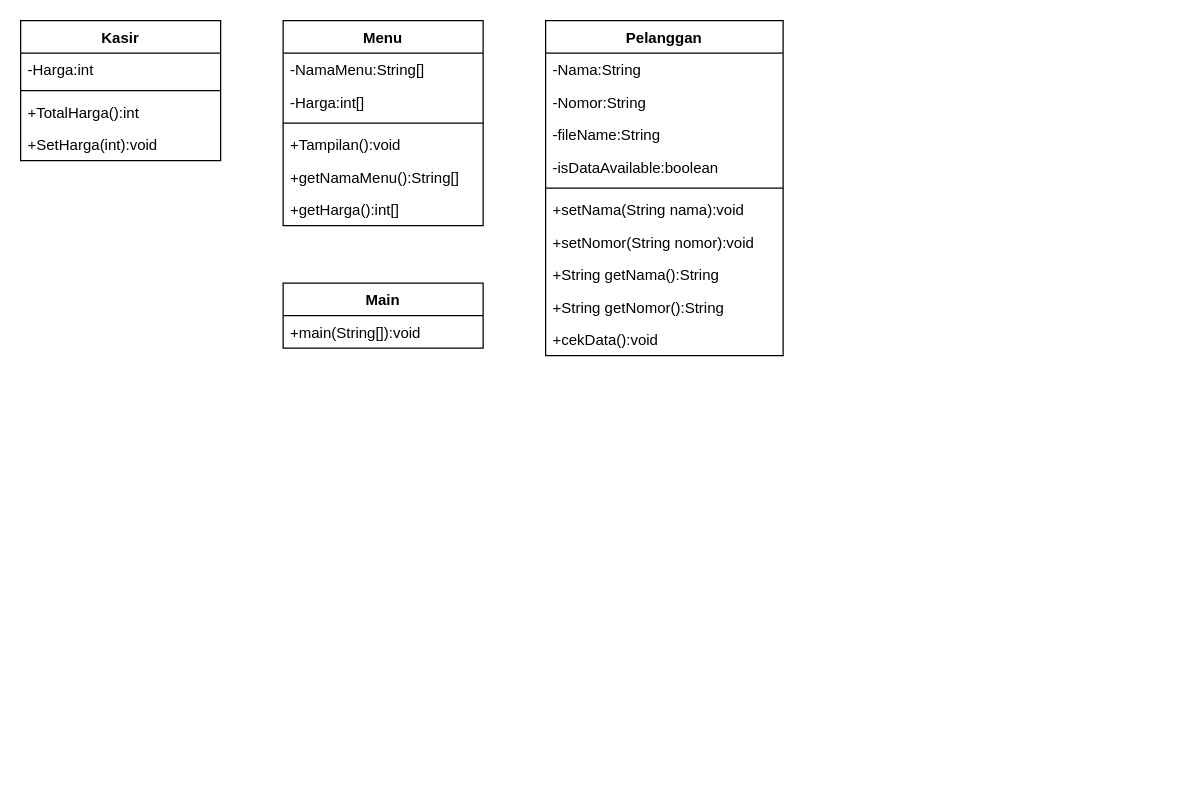
The draw.io diagram TugasKasir/diagram/diagram.drawio in Reeyyyh/TugasPBO, before the edit. Source tidied: cells renumbered, new cells numbered last; positions are measured from the earlier drawing's top-left corner, leaving out a move shared by most shapes. Both pictures are drawn from the tidied source at 125%, with x=0, y=0 at pixel (20, 20).
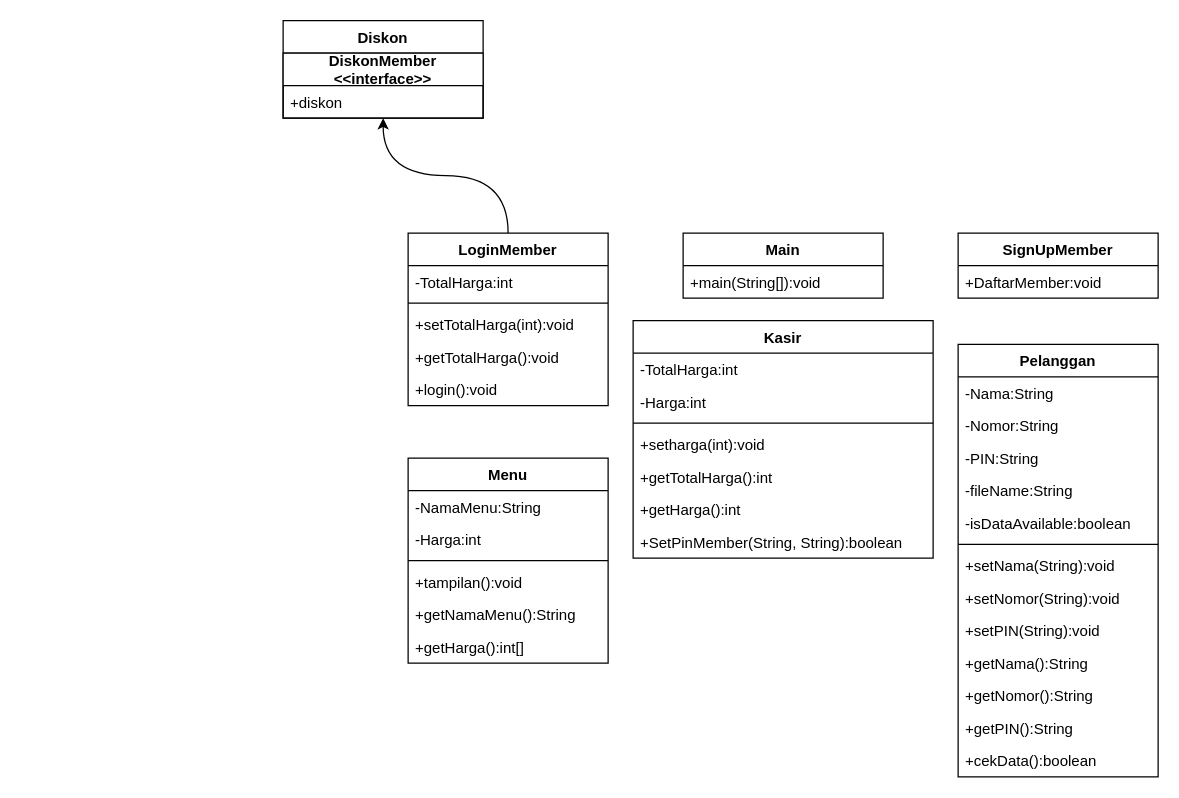
After the change.

The edit, as a diff of the source:
```diff
@@
+    <mxCell id="27" value="Main" style="swimlane;fontStyle=1;horizontal=1;startSize=26;" parent="1" vertex="1">
+      <mxGeometry x="530" y="170" width="160" height="52" as="geometry" />
+    </mxCell>
+    <mxCell id="28" value="+main(String[]):void" style="text;strokeColor=none;fillColor=none;align=left;verticalAlign=top;spacingLeft=4;spacingRight=4;overflow=hidden;" parent="27" vertex="1">
+      <mxGeometry y="26" width="160" height="26" as="geometry" />
+    </mxCell>
+    <mxCell id="29" value="Kasir" style="swimlane;fontStyle=1;horizontal=1;startSize=26;" parent="1" vertex="1">
+      <mxGeometry x="490" y="240" width="240" height="190" as="geometry" />
+    </mxCell>
+    <mxCell id="30" value="-TotalHarga:int" style="text;strokeColor=none;fillColor=none;align=left;verticalAlign=top;spacingLeft=4;spacingRight=4;overflow=hidden;" parent="29" vertex="1">
+      <mxGeometry y="26" width="240" height="26" as="geometry" />
+    </mxCell>
+    <mxCell id="31" value="-Harga:int" style="text;strokeColor=none;fillColor=none;align=left;verticalAlign=top;spacingLeft=4;spacingRight=4;overflow=hidden;" parent="29" vertex="1">
+      <mxGeometry y="52" width="240" height="26" as="geometry" />
+    </mxCell>
+    <mxCell id="32" style="line;strokeWidth=1;fillColor=none;align=left;verticalAlign=middle;spacingTop=-1;spacingLeft=3;spacingRight=3;labelPosition=right;" parent="29" vertex="1">
+      <mxGeometry y="78" width="240" height="8" as="geometry" />
+    </mxCell>
+    <mxCell id="33" value="+setharga(int):void" style="text;strokeColor=none;fillColor=none;align=left;verticalAlign=top;spacingLeft=4;spacingRight=4;overflow=hidden;" parent="29" vertex="1">
+      <mxGeometry y="86" width="240" height="26" as="geometry" />
+    </mxCell>
+    <mxCell id="34" value="+getTotalHarga():int" style="text;strokeColor=none;fillColor=none;align=left;verticalAlign=top;spacingLeft=4;spacingRight=4;overflow=hidden;" parent="29" vertex="1">
+      <mxGeometry y="112" width="240" height="26" as="geometry" />
+    </mxCell>
+    <mxCell id="35" value="+getHarga():int" style="text;strokeColor=none;fillColor=none;align=left;verticalAlign=top;spacingLeft=4;spacingRight=4;overflow=hidden;" parent="29" vertex="1">
+      <mxGeometry y="138" width="240" height="26" as="geometry" />
+    </mxCell>
-    <mxCell id="2" value="Main" style="swimlane;fontStyle=1;horizontal=1;startSize=26;" parent="1" vertex="1">
-      <mxGeometry x="210" y="210" width="160" height="52" as="geometry" />
+    <mxCell id="2" value="+SetPinMember(String, String):boolean" style="text;strokeColor=none;fillColor=none;align=left;verticalAlign=top;spacingLeft=4;spacingRight=4;overflow=hidden;" parent="29" vertex="1">
+      <mxGeometry y="164" width="240" height="26" as="geometry" />
     </mxCell>
+    <mxCell id="16" style="edgeStyle=orthogonalEdgeStyle;html=1;curved=1;" parent="1" edge="1" source="3" target="9">
+      <mxGeometry relative="1" as="geometry" />
+    </mxCell>
-    <mxCell id="3" value="+main(String[]):void" style="text;strokeColor=none;fillColor=none;align=left;verticalAlign=top;spacingLeft=4;spacingRight=4;overflow=hidden;points=[[0,0.5],[1,0.5]];portConstraint=eastwest;" parent="2" vertex="1">
-      <mxGeometry y="26" width="160" height="26" as="geometry" />
+    <mxCell id="3" value="LoginMember" style="swimlane;fontStyle=1;horizontal=1;startSize=26;" parent="1" vertex="1">
+      <mxGeometry x="310" y="170" width="160" height="138" as="geometry" />
     </mxCell>
-    <mxCell id="4" value="Kasir" style="swimlane;fontStyle=1;horizontal=1;startSize=26;" parent="1" vertex="1">
-      <mxGeometry width="160" height="112" as="geometry" />
+    <mxCell id="4" value="-TotalHarga:int" style="text;strokeColor=none;fillColor=none;align=left;verticalAlign=top;spacingLeft=4;spacingRight=4;overflow=hidden;" parent="3" vertex="1">
+      <mxGeometry y="26" width="160" height="26" as="geometry" />
     </mxCell>
-    <mxCell id="5" value="-Harga:int" style="text;strokeColor=none;fillColor=none;align=left;verticalAlign=top;spacingLeft=4;spacingRight=4;overflow=hidden;" parent="4" vertex="1">
-      <mxGeometry y="26" width="160" height="26" as="geometry" />
+    <mxCell id="5" style="line;strokeWidth=1;fillColor=none;align=left;verticalAlign=middle;spacingTop=-1;spacingLeft=3;spacingRight=3;labelPosition=right;" parent="3" vertex="1">
+      <mxGeometry y="52" width="160" height="8" as="geometry" />
     </mxCell>
-    <mxCell id="6" style="line;strokeWidth=1;fillColor=none;align=left;verticalAlign=middle;spacingTop=-1;spacingLeft=3;spacingRight=3;labelPosition=right;" parent="4" vertex="1">
-      <mxGeometry y="52" width="160" height="8" as="geometry" />
+    <mxCell id="6" value="+setTotalHarga(int):void" style="text;strokeColor=none;fillColor=none;align=left;verticalAlign=top;spacingLeft=4;spacingRight=4;overflow=hidden;" parent="3" vertex="1">
+      <mxGeometry y="60" width="160" height="26" as="geometry" />
     </mxCell>
-    <mxCell id="7" value="+TotalHarga():int" style="text;strokeColor=none;fillColor=none;align=left;verticalAlign=top;spacingLeft=4;spacingRight=4;overflow=hidden;" parent="4" vertex="1">
-      <mxGeometry y="60" width="160" height="26" as="geometry" />
+    <mxCell id="7" value="+getTotalHarga():void" style="text;strokeColor=none;fillColor=none;align=left;verticalAlign=top;spacingLeft=4;spacingRight=4;overflow=hidden;" parent="3" vertex="1">
+      <mxGeometry y="86" width="160" height="26" as="geometry" />
     </mxCell>
-    <mxCell id="8" value="+SetHarga(int):void" style="text;strokeColor=none;fillColor=none;align=left;verticalAlign=top;spacingLeft=4;spacingRight=4;overflow=hidden;" parent="4" vertex="1">
-      <mxGeometry y="86" width="160" height="26" as="geometry" />
+    <mxCell id="8" value="+login():void" style="text;strokeColor=none;fillColor=none;align=left;verticalAlign=top;spacingLeft=4;spacingRight=4;overflow=hidden;" parent="3" vertex="1">
+      <mxGeometry y="112" width="160" height="26" as="geometry" />
     </mxCell>
-    <mxCell id="9" value="Menu" style="swimlane;fontStyle=1;horizontal=1;startSize=26;" parent="1" vertex="1">
-      <mxGeometry x="210" width="160" height="164" as="geometry" />
+    <mxCell id="9" value="Diskon" style="swimlane;fontStyle=1;horizontal=1;startSize=26;" parent="1" vertex="1">
+      <mxGeometry x="210" width="160" height="78" as="geometry" />
     </mxCell>
-    <mxCell id="10" value="-NamaMenu:String[]" style="text;strokeColor=none;fillColor=none;align=left;verticalAlign=top;spacingLeft=4;spacingRight=4;overflow=hidden;" parent="9" vertex="1">
-      <mxGeometry y="26" width="160" height="26" as="geometry" />
+    <mxCell id="10" value="DiskonMember&#10;&lt;&lt;interface&gt;&gt;" style="swimlane;fontStyle=1;horizontal=1;startSize=26;" parent="9" vertex="1">
+      <mxGeometry y="26" width="160" height="52" as="geometry" />
     </mxCell>
-    <mxCell id="11" value="-Harga:int[]" style="text;strokeColor=none;fillColor=none;align=left;verticalAlign=top;spacingLeft=4;spacingRight=4;overflow=hidden;" parent="9" vertex="1">
-      <mxGeometry y="52" width="160" height="26" as="geometry" />
+    <mxCell id="11" value="+diskon" style="text;strokeColor=none;fillColor=none;align=left;verticalAlign=top;spacingLeft=4;spacingRight=4;overflow=hidden;" parent="10" vertex="1">
+      <mxGeometry y="26" width="160" height="26" as="geometry" />
     </mxCell>
-    <mxCell id="12" style="line;strokeWidth=1;fillColor=none;align=left;verticalAlign=middle;spacingTop=-1;spacingLeft=3;spacingRight=3;labelPosition=right;" parent="9" vertex="1">
-      <mxGeometry y="78" width="160" height="8" as="geometry" />
-    </mxCell>
-    <mxCell id="13" value="+Tampilan():void" style="text;strokeColor=none;fillColor=none;align=left;verticalAlign=top;spacingLeft=4;spacingRight=4;overflow=hidden;" parent="9" vertex="1">
-      <mxGeometry y="86" width="160" height="26" as="geometry" />
-    </mxCell>
-    <mxCell id="14" value="+getNamaMenu():String[]" style="text;strokeColor=none;fillColor=none;align=left;verticalAlign=top;spacingLeft=4;spacingRight=4;overflow=hidden;" parent="9" vertex="1">
-      <mxGeometry y="112" width="160" height="26" as="geometry" />
-    </mxCell>
-    <mxCell id="15" value="+getHarga():int[]" style="text;strokeColor=none;fillColor=none;align=left;verticalAlign=top;spacingLeft=4;spacingRight=4;overflow=hidden;" parent="9" vertex="1">
-      <mxGeometry y="138" width="160" height="26" as="geometry" />
-    </mxCell>
-    <mxCell id="16" value="Pelanggan" style="swimlane;fontStyle=1;horizontal=1;startSize=26;" parent="1" vertex="1">
-      <mxGeometry x="420" width="190" height="268" as="geometry" />
-    </mxCell>
-    <mxCell id="17" value="-Nama:String" style="text;strokeColor=none;fillColor=none;align=left;verticalAlign=top;spacingLeft=4;spacingRight=4;overflow=hidden;" parent="16" vertex="1">
-      <mxGeometry y="26" width="190" height="26" as="geometry" />
+    <mxCell id="17" value="Menu" style="swimlane;fontStyle=1;horizontal=1;startSize=26;" parent="1" vertex="1">
+      <mxGeometry x="310" y="350" width="160" height="164" as="geometry" />
     </mxCell>
-    <mxCell id="18" value="-Nomor:String" style="text;strokeColor=none;fillColor=none;align=left;verticalAlign=top;spacingLeft=4;spacingRight=4;overflow=hidden;" parent="16" vertex="1">
-      <mxGeometry y="52" width="190" height="26" as="geometry" />
+    <mxCell id="18" value="-NamaMenu:String" style="text;strokeColor=none;fillColor=none;align=left;verticalAlign=top;spacingLeft=4;spacingRight=4;overflow=hidden;" parent="17" vertex="1">
+      <mxGeometry y="26" width="160" height="26" as="geometry" />
     </mxCell>
-    <mxCell id="19" value="-fileName:String" style="text;strokeColor=none;fillColor=none;align=left;verticalAlign=top;spacingLeft=4;spacingRight=4;overflow=hidden;" parent="16" vertex="1">
-      <mxGeometry y="78" width="190" height="26" as="geometry" />
+    <mxCell id="19" value="-Harga:int" style="text;strokeColor=none;fillColor=none;align=left;verticalAlign=top;spacingLeft=4;spacingRight=4;overflow=hidden;" parent="17" vertex="1">
+      <mxGeometry y="52" width="160" height="26" as="geometry" />
     </mxCell>
-    <mxCell id="20" value="-isDataAvailable:boolean" style="text;strokeColor=none;fillColor=none;align=left;verticalAlign=top;spacingLeft=4;spacingRight=4;overflow=hidden;" parent="16" vertex="1">
-      <mxGeometry y="104" width="190" height="26" as="geometry" />
+    <mxCell id="20" style="line;strokeWidth=1;fillColor=none;align=left;verticalAlign=middle;spacingTop=-1;spacingLeft=3;spacingRight=3;labelPosition=right;" parent="17" vertex="1">
+      <mxGeometry y="78" width="160" height="8" as="geometry" />
     </mxCell>
-    <mxCell id="21" style="line;strokeWidth=1;fillColor=none;align=left;verticalAlign=middle;spacingTop=-1;spacingLeft=3;spacingRight=3;labelPosition=right;" parent="16" vertex="1">
-      <mxGeometry y="130" width="190" height="8" as="geometry" />
+    <mxCell id="21" value="+tampilan():void" style="text;strokeColor=none;fillColor=none;align=left;verticalAlign=top;spacingLeft=4;spacingRight=4;overflow=hidden;" parent="17" vertex="1">
+      <mxGeometry y="86" width="160" height="26" as="geometry" />
     </mxCell>
-    <mxCell id="22" value="+setNama(String nama):void" style="text;strokeColor=none;fillColor=none;align=left;verticalAlign=top;spacingLeft=4;spacingRight=4;overflow=hidden;" parent="16" vertex="1">
-      <mxGeometry y="138" width="190" height="26" as="geometry" />
+    <mxCell id="22" value="+getNamaMenu():String" style="text;strokeColor=none;fillColor=none;align=left;verticalAlign=top;spacingLeft=4;spacingRight=4;overflow=hidden;" parent="17" vertex="1">
+      <mxGeometry y="112" width="160" height="26" as="geometry" />
     </mxCell>
-    <mxCell id="23" value="+setNomor(String nomor):void" style="text;strokeColor=none;fillColor=none;align=left;verticalAlign=top;spacingLeft=4;spacingRight=4;overflow=hidden;" parent="16" vertex="1">
-      <mxGeometry y="164" width="190" height="26" as="geometry" />
+    <mxCell id="23" value="+getHarga():int[]" style="text;strokeColor=none;fillColor=none;align=left;verticalAlign=top;spacingLeft=4;spacingRight=4;overflow=hidden;" parent="17" vertex="1">
+      <mxGeometry y="138" width="160" height="26" as="geometry" />
     </mxCell>
-    <mxCell id="24" value="+String getNama():String" style="text;strokeColor=none;fillColor=none;align=left;verticalAlign=top;spacingLeft=4;spacingRight=4;overflow=hidden;" parent="16" vertex="1">
-      <mxGeometry y="190" width="190" height="26" as="geometry" />
+    <mxCell id="24" value="Pelanggan" style="swimlane;fontStyle=1;horizontal=1;startSize=26;" parent="1" vertex="1">
+      <mxGeometry x="750" y="259" width="160" height="346" as="geometry" />
     </mxCell>
-    <mxCell id="25" value="+String getNomor():String" style="text;strokeColor=none;fillColor=none;align=left;verticalAlign=top;spacingLeft=4;spacingRight=4;overflow=hidden;" parent="16" vertex="1">
-      <mxGeometry y="216" width="190" height="26" as="geometry" />
+    <mxCell id="25" value="-Nama:String" style="text;strokeColor=none;fillColor=none;align=left;verticalAlign=top;spacingLeft=4;spacingRight=4;overflow=hidden;" parent="24" vertex="1">
+      <mxGeometry y="26" width="160" height="26" as="geometry" />
     </mxCell>
-    <mxCell id="26" value="+cekData():void" style="text;strokeColor=none;fillColor=none;align=left;verticalAlign=top;spacingLeft=4;spacingRight=4;overflow=hidden;" parent="16" vertex="1">
-      <mxGeometry y="242" width="190" height="26" as="geometry" />
+    <mxCell id="26" value="-Nomor:String" style="text;strokeColor=none;fillColor=none;align=left;verticalAlign=top;spacingLeft=4;spacingRight=4;overflow=hidden;" parent="24" vertex="1">
+      <mxGeometry y="52" width="160" height="26" as="geometry" />
     </mxCell>
+    <mxCell id="36" value="-PIN:String" style="text;strokeColor=none;fillColor=none;align=left;verticalAlign=top;spacingLeft=4;spacingRight=4;overflow=hidden;" parent="24" vertex="1">
+      <mxGeometry y="78" width="160" height="26" as="geometry" />
+    </mxCell>
+    <mxCell id="37" value="-fileName:String" style="text;strokeColor=none;fillColor=none;align=left;verticalAlign=top;spacingLeft=4;spacingRight=4;overflow=hidden;" parent="24" vertex="1">
+      <mxGeometry y="104" width="160" height="26" as="geometry" />
+    </mxCell>
+    <mxCell id="38" value="-isDataAvailable:boolean" style="text;strokeColor=none;fillColor=none;align=left;verticalAlign=top;spacingLeft=4;spacingRight=4;overflow=hidden;" parent="24" vertex="1">
+      <mxGeometry y="130" width="160" height="26" as="geometry" />
+    </mxCell>
+    <mxCell id="39" style="line;strokeWidth=1;fillColor=none;align=left;verticalAlign=middle;spacingTop=-1;spacingLeft=3;spacingRight=3;labelPosition=right;" parent="24" vertex="1">
+      <mxGeometry y="156" width="160" height="8" as="geometry" />
+    </mxCell>
+    <mxCell id="40" value="+setNama(String):void" style="text;strokeColor=none;fillColor=none;align=left;verticalAlign=top;spacingLeft=4;spacingRight=4;overflow=hidden;" parent="24" vertex="1">
+      <mxGeometry y="164" width="160" height="26" as="geometry" />
+    </mxCell>
+    <mxCell id="41" value="+setNomor(String):void" style="text;strokeColor=none;fillColor=none;align=left;verticalAlign=top;spacingLeft=4;spacingRight=4;overflow=hidden;" parent="24" vertex="1">
+      <mxGeometry y="190" width="160" height="26" as="geometry" />
+    </mxCell>
+    <mxCell id="42" value="+setPIN(String):void" style="text;strokeColor=none;fillColor=none;align=left;verticalAlign=top;spacingLeft=4;spacingRight=4;overflow=hidden;" parent="24" vertex="1">
+      <mxGeometry y="216" width="160" height="26" as="geometry" />
+    </mxCell>
+    <mxCell id="43" value="+getNama():String" style="text;strokeColor=none;fillColor=none;align=left;verticalAlign=top;spacingLeft=4;spacingRight=4;overflow=hidden;" parent="24" vertex="1">
+      <mxGeometry y="242" width="160" height="26" as="geometry" />
+    </mxCell>
+    <mxCell id="44" value="+getNomor():String" style="text;strokeColor=none;fillColor=none;align=left;verticalAlign=top;spacingLeft=4;spacingRight=4;overflow=hidden;" parent="24" vertex="1">
+      <mxGeometry y="268" width="160" height="26" as="geometry" />
+    </mxCell>
+    <mxCell id="45" value="+getPIN():String" style="text;strokeColor=none;fillColor=none;align=left;verticalAlign=top;spacingLeft=4;spacingRight=4;overflow=hidden;" parent="24" vertex="1">
+      <mxGeometry y="294" width="160" height="26" as="geometry" />
+    </mxCell>
+    <mxCell id="46" value="+cekData():boolean" style="text;strokeColor=none;fillColor=none;align=left;verticalAlign=top;spacingLeft=4;spacingRight=4;overflow=hidden;" parent="24" vertex="1">
+      <mxGeometry y="320" width="160" height="26" as="geometry" />
+    </mxCell>
+    <mxCell id="47" value="SignUpMember" style="swimlane;fontStyle=1;horizontal=1;startSize=26;" parent="1" vertex="1">
+      <mxGeometry x="750" y="170" width="160" height="52" as="geometry" />
+    </mxCell>
+    <mxCell id="48" value="+DaftarMember:void" style="text;strokeColor=none;fillColor=none;align=left;verticalAlign=top;spacingLeft=4;spacingRight=4;overflow=hidden;" parent="47" vertex="1">
+      <mxGeometry y="26" width="160" height="26" as="geometry" />
+    </mxCell>
```
